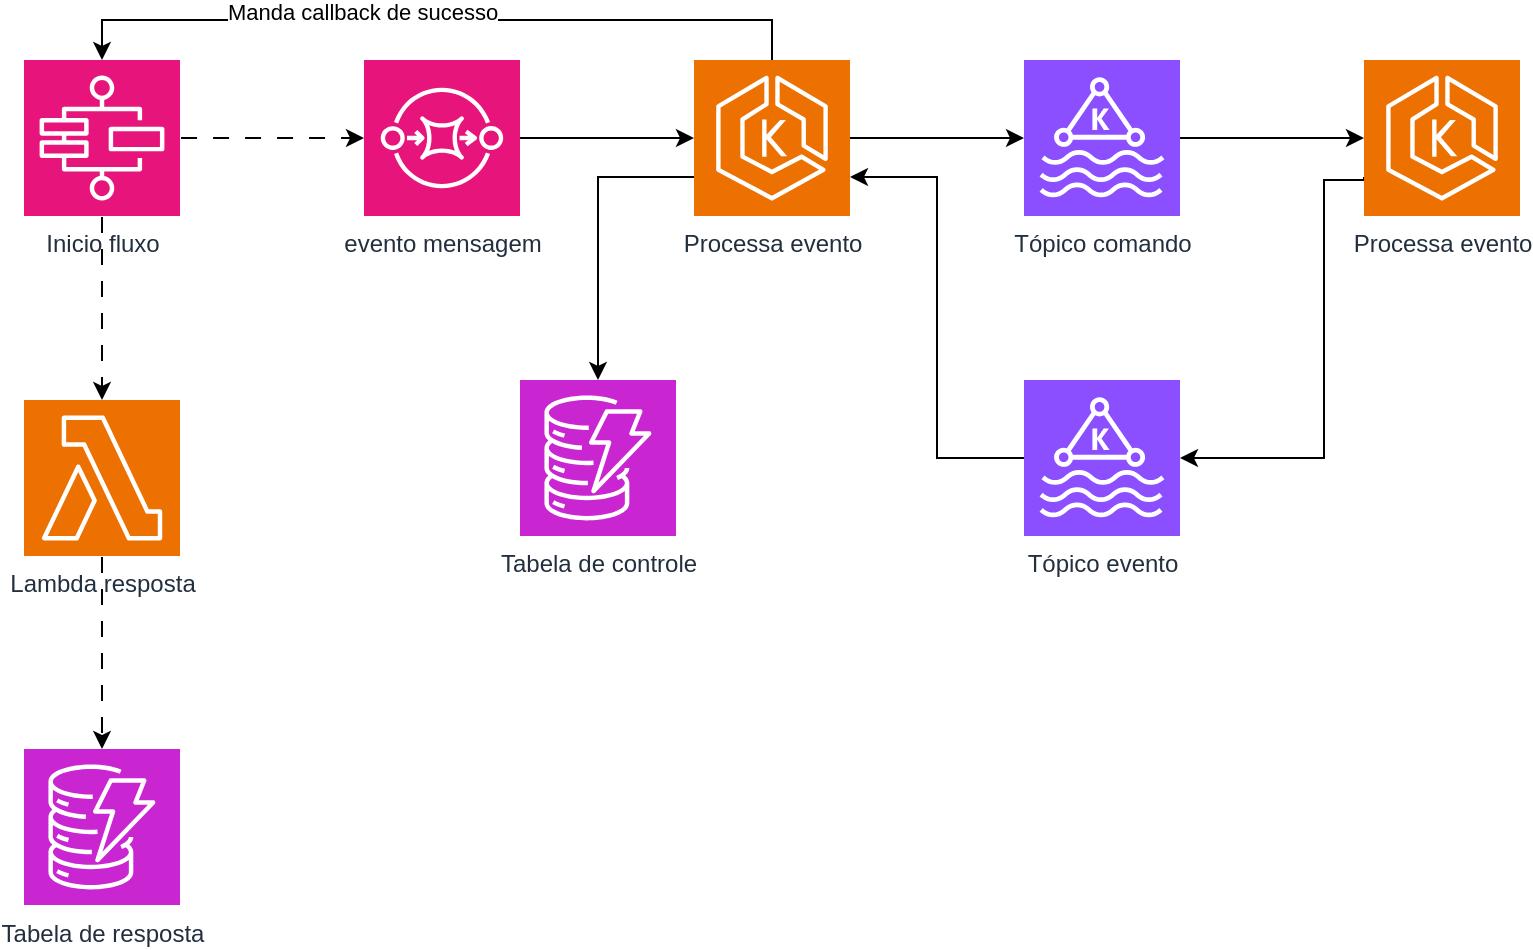
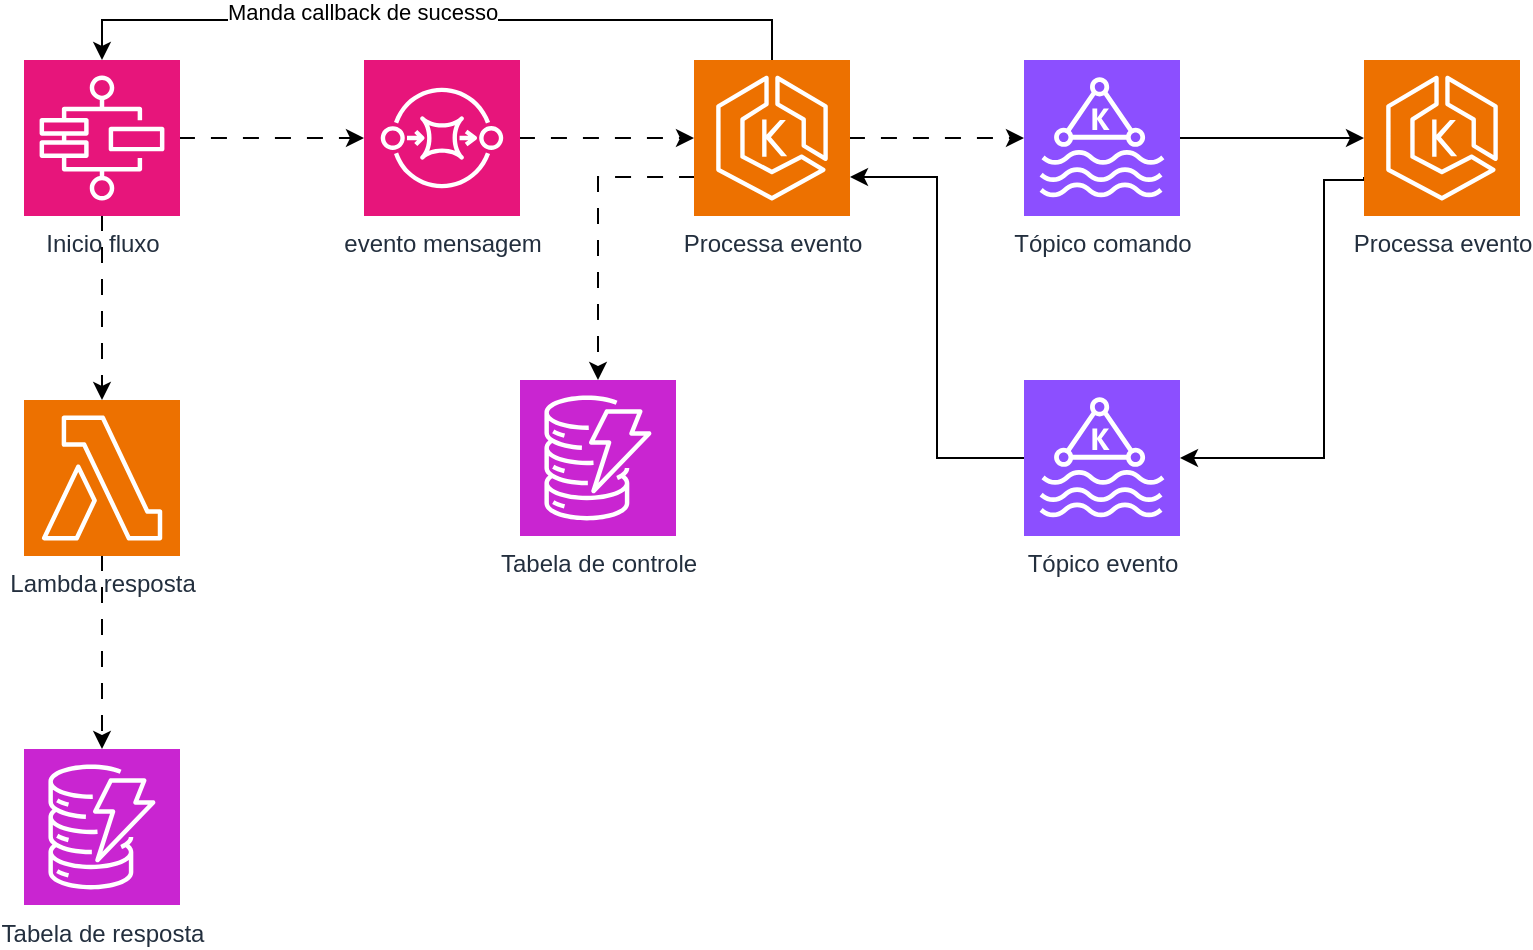
<mxfile host="65bd71144e">
    <diagram name="Página-1" id="oYqKbhPkV2flNkSlXCuP">
-         <mxGraphModel dx="641" dy="659" grid="1" gridSize="10" guides="1" tooltips="1" connect="1" arrows="1" fold="1" page="1" pageScale="1" pageWidth="827" pageHeight="1169" math="0" shadow="0">
+         <mxGraphModel dx="1006" dy="755" grid="1" gridSize="10" guides="1" tooltips="1" connect="1" arrows="1" fold="1" page="1" pageScale="1" pageWidth="827" pageHeight="1169" math="0" shadow="0">
            <root>
                <mxCell id="0"/>
                <mxCell id="1" parent="0"/>
                <mxCell id="cCsmn5GIcsuhkX9cT5Mi-21" style="edgeStyle=orthogonalEdgeStyle;rounded=0;orthogonalLoop=1;jettySize=auto;html=1;flowAnimation=1;" parent="1" source="cCsmn5GIcsuhkX9cT5Mi-5" target="cCsmn5GIcsuhkX9cT5Mi-6" edge="1">
                    <mxGeometry relative="1" as="geometry"/>
                </mxCell>
                <mxCell id="cCsmn5GIcsuhkX9cT5Mi-31" style="edgeStyle=orthogonalEdgeStyle;rounded=0;orthogonalLoop=1;jettySize=auto;html=1;flowAnimation=1;" parent="1" source="cCsmn5GIcsuhkX9cT5Mi-5" target="cCsmn5GIcsuhkX9cT5Mi-30" edge="1">
                    <mxGeometry relative="1" as="geometry"/>
                </mxCell>
                <mxCell id="cCsmn5GIcsuhkX9cT5Mi-5" value="Inicio fluxo" style="sketch=0;points=[[0,0,0],[0.25,0,0],[0.5,0,0],[0.75,0,0],[1,0,0],[0,1,0],[0.25,1,0],[0.5,1,0],[0.75,1,0],[1,1,0],[0,0.25,0],[0,0.5,0],[0,0.75,0],[1,0.25,0],[1,0.5,0],[1,0.75,0]];outlineConnect=0;fontColor=#232F3E;fillColor=#E7157B;strokeColor=#ffffff;dashed=0;verticalLabelPosition=bottom;verticalAlign=top;align=center;html=1;fontSize=12;fontStyle=0;aspect=fixed;shape=mxgraph.aws4.resourceIcon;resIcon=mxgraph.aws4.step_functions;" parent="1" vertex="1">
                    <mxGeometry x="40" y="240" width="78" height="78" as="geometry"/>
                </mxCell>
-                 <mxCell id="cCsmn5GIcsuhkX9cT5Mi-22" style="edgeStyle=orthogonalEdgeStyle;rounded=0;orthogonalLoop=1;jettySize=auto;html=1;" parent="1" source="cCsmn5GIcsuhkX9cT5Mi-6" target="cCsmn5GIcsuhkX9cT5Mi-8" edge="1">
+                 <mxCell id="cCsmn5GIcsuhkX9cT5Mi-22" style="edgeStyle=orthogonalEdgeStyle;rounded=0;orthogonalLoop=1;jettySize=auto;html=1;flowAnimation=1;" parent="1" source="cCsmn5GIcsuhkX9cT5Mi-6" target="cCsmn5GIcsuhkX9cT5Mi-8" edge="1">
                    <mxGeometry relative="1" as="geometry"/>
                </mxCell>
                <mxCell id="cCsmn5GIcsuhkX9cT5Mi-6" value="evento mensagem" style="sketch=0;points=[[0,0,0],[0.25,0,0],[0.5,0,0],[0.75,0,0],[1,0,0],[0,1,0],[0.25,1,0],[0.5,1,0],[0.75,1,0],[1,1,0],[0,0.25,0],[0,0.5,0],[0,0.75,0],[1,0.25,0],[1,0.5,0],[1,0.75,0]];outlineConnect=0;fontColor=#232F3E;fillColor=#E7157B;strokeColor=#ffffff;dashed=0;verticalLabelPosition=bottom;verticalAlign=top;align=center;html=1;fontSize=12;fontStyle=0;aspect=fixed;shape=mxgraph.aws4.resourceIcon;resIcon=mxgraph.aws4.sqs;" parent="1" vertex="1">
                    <mxGeometry x="210" y="240" width="78" height="78" as="geometry"/>
                </mxCell>
-                 <mxCell id="cCsmn5GIcsuhkX9cT5Mi-23" style="edgeStyle=orthogonalEdgeStyle;rounded=0;orthogonalLoop=1;jettySize=auto;html=1;exitX=0;exitY=0.75;exitDx=0;exitDy=0;exitPerimeter=0;" parent="1" source="cCsmn5GIcsuhkX9cT5Mi-8" target="cCsmn5GIcsuhkX9cT5Mi-10" edge="1">
+                 <mxCell id="cCsmn5GIcsuhkX9cT5Mi-23" style="edgeStyle=orthogonalEdgeStyle;rounded=0;orthogonalLoop=1;jettySize=auto;html=1;exitX=0;exitY=0.75;exitDx=0;exitDy=0;exitPerimeter=0;flowAnimation=1;" parent="1" source="cCsmn5GIcsuhkX9cT5Mi-8" target="cCsmn5GIcsuhkX9cT5Mi-10" edge="1">
                    <mxGeometry relative="1" as="geometry"/>
                </mxCell>
-                 <mxCell id="cCsmn5GIcsuhkX9cT5Mi-24" style="edgeStyle=orthogonalEdgeStyle;rounded=0;orthogonalLoop=1;jettySize=auto;html=1;" parent="1" source="cCsmn5GIcsuhkX9cT5Mi-8" target="cCsmn5GIcsuhkX9cT5Mi-14" edge="1">
+                 <mxCell id="cCsmn5GIcsuhkX9cT5Mi-24" style="edgeStyle=orthogonalEdgeStyle;rounded=0;orthogonalLoop=1;jettySize=auto;html=1;flowAnimation=1;" parent="1" source="cCsmn5GIcsuhkX9cT5Mi-8" target="cCsmn5GIcsuhkX9cT5Mi-14" edge="1">
                    <mxGeometry relative="1" as="geometry"/>
                </mxCell>
-                 <mxCell id="cCsmn5GIcsuhkX9cT5Mi-8" value="Processa evento" style="sketch=0;points=[[0,0,0],[0.25,0,0],[0.5,0,0],[0.75,0,0],[1,0,0],[0,1,0],[0.25,1,0],[0.5,1,0],[0.75,1,0],[1,1,0],[0,0.25,0],[0,0.5,0],[0,0.75,0],[1,0.25,0],[1,0.5,0],[1,0.75,0]];outlineConnect=0;fontColor=#232F3E;fillColor=#ED7100;strokeColor=#ffffff;dashed=0;verticalLabelPosition=bottom;verticalAlign=top;align=center;html=1;fontSize=12;fontStyle=0;aspect=fixed;shape=mxgraph.aws4.resourceIcon;resIcon=mxgraph.aws4.eks;" parent="1" vertex="1">
+                 <mxCell id="cCsmn5GIcsuhkX9cT5Mi-8" value="Processa evento" style="points=[[0,0,0],[0.25,0,0],[0.5,0,0],[0.75,0,0],[1,0,0],[0,1,0],[0.25,1,0],[0.5,1,0],[0.75,1,0],[1,1,0],[0,0.25,0],[0,0.5,0],[0,0.75,0],[1,0.25,0],[1,0.5,0],[1,0.75,0]];outlineConnect=0;fontColor=#232F3E;fillColor=#ED7100;strokeColor=#FFFFFF;verticalLabelPosition=bottom;verticalAlign=top;align=center;html=1;fontSize=12;fontStyle=0;aspect=fixed;shape=mxgraph.aws4.resourceIcon;resIcon=mxgraph.aws4.eks;shadow=0;fillStyle=solid;gradientColor=none;gradientDirection=radial;" parent="1" vertex="1">
                    <mxGeometry x="375" y="240" width="78" height="78" as="geometry"/>
                </mxCell>
                <mxCell id="cCsmn5GIcsuhkX9cT5Mi-10" value="Tabela de controle" style="sketch=0;points=[[0,0,0],[0.25,0,0],[0.5,0,0],[0.75,0,0],[1,0,0],[0,1,0],[0.25,1,0],[0.5,1,0],[0.75,1,0],[1,1,0],[0,0.25,0],[0,0.5,0],[0,0.75,0],[1,0.25,0],[1,0.5,0],[1,0.75,0]];outlineConnect=0;fontColor=#232F3E;fillColor=#C925D1;strokeColor=#ffffff;dashed=0;verticalLabelPosition=bottom;verticalAlign=top;align=center;html=1;fontSize=12;fontStyle=0;aspect=fixed;shape=mxgraph.aws4.resourceIcon;resIcon=mxgraph.aws4.dynamodb;" parent="1" vertex="1">
                    <mxGeometry x="288" y="400" width="78" height="78" as="geometry"/>
                </mxCell>
                <mxCell id="cCsmn5GIcsuhkX9cT5Mi-25" style="edgeStyle=orthogonalEdgeStyle;rounded=0;orthogonalLoop=1;jettySize=auto;html=1;" parent="1" source="cCsmn5GIcsuhkX9cT5Mi-14" target="cCsmn5GIcsuhkX9cT5Mi-18" edge="1">
                    <mxGeometry relative="1" as="geometry"/>
                </mxCell>
                <mxCell id="cCsmn5GIcsuhkX9cT5Mi-14" value="Tópico comando" style="sketch=0;points=[[0,0,0],[0.25,0,0],[0.5,0,0],[0.75,0,0],[1,0,0],[0,1,0],[0.25,1,0],[0.5,1,0],[0.75,1,0],[1,1,0],[0,0.25,0],[0,0.5,0],[0,0.75,0],[1,0.25,0],[1,0.5,0],[1,0.75,0]];outlineConnect=0;fontColor=#232F3E;fillColor=#8C4FFF;strokeColor=#ffffff;dashed=0;verticalLabelPosition=bottom;verticalAlign=top;align=center;html=1;fontSize=12;fontStyle=0;aspect=fixed;shape=mxgraph.aws4.resourceIcon;resIcon=mxgraph.aws4.managed_streaming_for_kafka;" parent="1" vertex="1">
                    <mxGeometry x="540" y="240" width="78" height="78" as="geometry"/>
                </mxCell>
                <mxCell id="cCsmn5GIcsuhkX9cT5Mi-16" value="Tópico evento" style="sketch=0;points=[[0,0,0],[0.25,0,0],[0.5,0,0],[0.75,0,0],[1,0,0],[0,1,0],[0.25,1,0],[0.5,1,0],[0.75,1,0],[1,1,0],[0,0.25,0],[0,0.5,0],[0,0.75,0],[1,0.25,0],[1,0.5,0],[1,0.75,0]];outlineConnect=0;fontColor=#232F3E;fillColor=#8C4FFF;strokeColor=#ffffff;dashed=0;verticalLabelPosition=bottom;verticalAlign=top;align=center;html=1;fontSize=12;fontStyle=0;aspect=fixed;shape=mxgraph.aws4.resourceIcon;resIcon=mxgraph.aws4.managed_streaming_for_kafka;" parent="1" vertex="1">
                    <mxGeometry x="540" y="400" width="78" height="78" as="geometry"/>
                </mxCell>
                <mxCell id="cCsmn5GIcsuhkX9cT5Mi-26" style="edgeStyle=orthogonalEdgeStyle;rounded=0;orthogonalLoop=1;jettySize=auto;html=1;exitX=0;exitY=0.75;exitDx=0;exitDy=0;exitPerimeter=0;" parent="1" source="cCsmn5GIcsuhkX9cT5Mi-18" target="cCsmn5GIcsuhkX9cT5Mi-16" edge="1">
                    <mxGeometry relative="1" as="geometry">
                        <Array as="points">
                            <mxPoint x="710" y="300"/>
                            <mxPoint x="690" y="300"/>
                            <mxPoint x="690" y="439"/>
                        </Array>
                    </mxGeometry>
                </mxCell>
                <mxCell id="cCsmn5GIcsuhkX9cT5Mi-18" value="Processa evento" style="sketch=0;points=[[0,0,0],[0.25,0,0],[0.5,0,0],[0.75,0,0],[1,0,0],[0,1,0],[0.25,1,0],[0.5,1,0],[0.75,1,0],[1,1,0],[0,0.25,0],[0,0.5,0],[0,0.75,0],[1,0.25,0],[1,0.5,0],[1,0.75,0]];outlineConnect=0;fontColor=#232F3E;fillColor=#ED7100;strokeColor=#ffffff;dashed=0;verticalLabelPosition=bottom;verticalAlign=top;align=center;html=1;fontSize=12;fontStyle=0;aspect=fixed;shape=mxgraph.aws4.resourceIcon;resIcon=mxgraph.aws4.eks;" parent="1" vertex="1">
                    <mxGeometry x="710" y="240" width="78" height="78" as="geometry"/>
                </mxCell>
                <mxCell id="cCsmn5GIcsuhkX9cT5Mi-27" style="edgeStyle=orthogonalEdgeStyle;rounded=0;orthogonalLoop=1;jettySize=auto;html=1;entryX=1;entryY=0.75;entryDx=0;entryDy=0;entryPerimeter=0;" parent="1" source="cCsmn5GIcsuhkX9cT5Mi-16" target="cCsmn5GIcsuhkX9cT5Mi-8" edge="1">
                    <mxGeometry relative="1" as="geometry"/>
                </mxCell>
                <mxCell id="cCsmn5GIcsuhkX9cT5Mi-28" style="edgeStyle=orthogonalEdgeStyle;rounded=0;orthogonalLoop=1;jettySize=auto;html=1;exitX=0.5;exitY=0;exitDx=0;exitDy=0;exitPerimeter=0;entryX=0.5;entryY=0;entryDx=0;entryDy=0;entryPerimeter=0;" parent="1" source="cCsmn5GIcsuhkX9cT5Mi-8" target="cCsmn5GIcsuhkX9cT5Mi-5" edge="1">
                    <mxGeometry relative="1" as="geometry"/>
                </mxCell>
                <mxCell id="cCsmn5GIcsuhkX9cT5Mi-29" value="Manda callback de sucesso" style="edgeLabel;html=1;align=center;verticalAlign=middle;resizable=0;points=[];" parent="cCsmn5GIcsuhkX9cT5Mi-28" connectable="0" vertex="1">
                    <mxGeometry x="0.2021" y="-4" relative="1" as="geometry">
                        <mxPoint as="offset"/>
                    </mxGeometry>
                </mxCell>
                <mxCell id="cCsmn5GIcsuhkX9cT5Mi-34" style="edgeStyle=orthogonalEdgeStyle;rounded=0;orthogonalLoop=1;jettySize=auto;html=1;flowAnimation=1;" parent="1" source="cCsmn5GIcsuhkX9cT5Mi-30" target="cCsmn5GIcsuhkX9cT5Mi-33" edge="1">
                    <mxGeometry relative="1" as="geometry"/>
                </mxCell>
                <mxCell id="cCsmn5GIcsuhkX9cT5Mi-30" value="Lambda resposta" style="sketch=0;points=[[0,0,0],[0.25,0,0],[0.5,0,0],[0.75,0,0],[1,0,0],[0,1,0],[0.25,1,0],[0.5,1,0],[0.75,1,0],[1,1,0],[0,0.25,0],[0,0.5,0],[0,0.75,0],[1,0.25,0],[1,0.5,0],[1,0.75,0]];outlineConnect=0;fontColor=#232F3E;fillColor=#ED7100;strokeColor=#ffffff;dashed=0;verticalLabelPosition=bottom;verticalAlign=top;align=center;html=1;fontSize=12;fontStyle=0;aspect=fixed;shape=mxgraph.aws4.resourceIcon;resIcon=mxgraph.aws4.lambda;" parent="1" vertex="1">
                    <mxGeometry x="40" y="410" width="78" height="78" as="geometry"/>
                </mxCell>
                <mxCell id="cCsmn5GIcsuhkX9cT5Mi-33" value="Tabela de resposta" style="sketch=0;points=[[0,0,0],[0.25,0,0],[0.5,0,0],[0.75,0,0],[1,0,0],[0,1,0],[0.25,1,0],[0.5,1,0],[0.75,1,0],[1,1,0],[0,0.25,0],[0,0.5,0],[0,0.75,0],[1,0.25,0],[1,0.5,0],[1,0.75,0]];outlineConnect=0;fontColor=#232F3E;fillColor=#C925D1;strokeColor=#ffffff;dashed=0;verticalLabelPosition=bottom;verticalAlign=top;align=center;html=1;fontSize=12;fontStyle=0;aspect=fixed;shape=mxgraph.aws4.resourceIcon;resIcon=mxgraph.aws4.dynamodb;" parent="1" vertex="1">
                    <mxGeometry x="40" y="584.5" width="78" height="78" as="geometry"/>
                </mxCell>
            </root>
        </mxGraphModel>
    </diagram>
</mxfile>